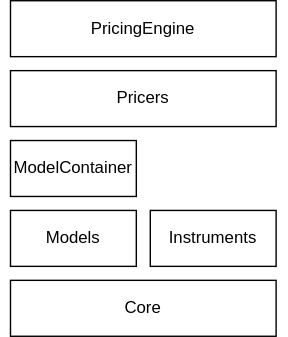
sdauby/credit-pricing keeps this draw.io diagram as svg/components.svg. Above is the earlier version. Source tidied: cells renumbered, new cells last; positions are measured from the earlier drawing's top-left corner, leaving out a move shared by most shapes. Its diagram source:
```xml
<mxGraphModel>
  <root>
    <mxCell id="0" />
    <mxCell id="1" parent="0" />
    <mxCell id="2" value="Core" style="rounded=0;whiteSpace=wrap;html=1;" parent="1" vertex="1">
      <mxGeometry y="200" width="190" height="40" as="geometry" />
    </mxCell>
    <mxCell id="3" value="Instruments" style="rounded=0;whiteSpace=wrap;html=1;" parent="1" vertex="1">
      <mxGeometry x="100" y="150" width="90" height="40" as="geometry" />
    </mxCell>
    <mxCell id="4" value="Models" style="rounded=0;whiteSpace=wrap;html=1;" parent="1" vertex="1">
      <mxGeometry y="150" width="90" height="40" as="geometry" />
    </mxCell>
    <mxCell id="5" value="ModelContainer" style="rounded=0;whiteSpace=wrap;html=1;" parent="1" vertex="1">
      <mxGeometry y="100" width="90" height="40" as="geometry" />
    </mxCell>
    <mxCell id="6" value="Pricers" style="rounded=0;whiteSpace=wrap;html=1;" parent="1" vertex="1">
      <mxGeometry y="50" width="190" height="40" as="geometry" />
    </mxCell>
    <mxCell id="7" value="PricingEngine" style="rounded=0;whiteSpace=wrap;html=1;" parent="1" vertex="1">
      <mxGeometry width="190" height="40" as="geometry" />
    </mxCell>
    <mxCell id="8" style="edgeStyle=none;rounded=0;orthogonalLoop=1;jettySize=auto;html=1;exitX=1;exitY=0.5;exitDx=0;exitDy=0;" parent="1" edge="1" source="2" target="2">
      <mxGeometry relative="1" as="geometry" />
    </mxCell>
    <mxCell id="9" style="edgeStyle=none;rounded=0;orthogonalLoop=1;jettySize=auto;html=1;exitX=1;exitY=0;exitDx=0;exitDy=0;" parent="1" edge="1" source="2" target="2">
      <mxGeometry relative="1" as="geometry" />
    </mxCell>
    <mxCell id="10" style="edgeStyle=none;rounded=0;orthogonalLoop=1;jettySize=auto;html=1;exitX=0;exitY=0.5;exitDx=0;exitDy=0;" parent="1" edge="1" source="2" target="2">
      <mxGeometry relative="1" as="geometry" />
    </mxCell>
    <mxCell id="11" style="edgeStyle=none;rounded=0;orthogonalLoop=1;jettySize=auto;html=1;exitX=1;exitY=0.5;exitDx=0;exitDy=0;" parent="1" edge="1" source="2" target="2">
      <mxGeometry relative="1" as="geometry" />
    </mxCell>
    <mxCell id="12" style="edgeStyle=none;rounded=0;orthogonalLoop=1;jettySize=auto;html=1;exitX=1;exitY=0.5;exitDx=0;exitDy=0;" parent="1" edge="1" source="2" target="2">
      <mxGeometry relative="1" as="geometry" />
    </mxCell>
    <mxCell id="13" style="edgeStyle=none;rounded=0;orthogonalLoop=1;jettySize=auto;html=1;exitX=1;exitY=0.75;exitDx=0;exitDy=0;" parent="1" edge="1" source="2" target="2">
      <mxGeometry relative="1" as="geometry" />
    </mxCell>
  </root>
</mxGraphModel>
```
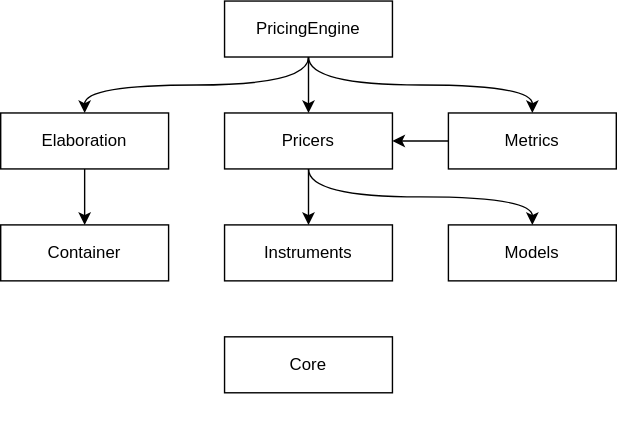
Later version of the same file.

What changed in the source:
```diff
@@ -2,41 +2,86 @@
   <root>
     <mxCell id="0" />
     <mxCell id="1" parent="0" />
-    <mxCell id="2" value="Core" style="rounded=0;whiteSpace=wrap;html=1;" parent="1" vertex="1">
-      <mxGeometry y="200" width="190" height="40" as="geometry" />
-    </mxCell>
     <mxCell id="3" value="Instruments" style="rounded=0;whiteSpace=wrap;html=1;" parent="1" vertex="1">
-      <mxGeometry x="100" y="150" width="90" height="40" as="geometry" />
+      <mxGeometry y="80" width="120" height="40" as="geometry" />
     </mxCell>
     <mxCell id="4" value="Models" style="rounded=0;whiteSpace=wrap;html=1;" parent="1" vertex="1">
-      <mxGeometry y="150" width="90" height="40" as="geometry" />
+      <mxGeometry x="160" y="80" width="120" height="40" as="geometry" />
     </mxCell>
-    <mxCell id="5" value="ModelContainer" style="rounded=0;whiteSpace=wrap;html=1;" parent="1" vertex="1">
-      <mxGeometry y="100" width="90" height="40" as="geometry" />
+    <mxCell id="5" value="Container" style="rounded=0;whiteSpace=wrap;html=1;" parent="1" vertex="1">
+      <mxGeometry x="-160" y="80" width="120" height="40" as="geometry" />
     </mxCell>
-    <mxCell id="6" value="Pricers" style="rounded=0;whiteSpace=wrap;html=1;" parent="1" vertex="1">
-      <mxGeometry y="50" width="190" height="40" as="geometry" />
-    </mxCell>
-    <mxCell id="7" value="PricingEngine" style="rounded=0;whiteSpace=wrap;html=1;" parent="1" vertex="1">
-      <mxGeometry width="190" height="40" as="geometry" />
-    </mxCell>
-    <mxCell id="8" style="edgeStyle=none;rounded=0;orthogonalLoop=1;jettySize=auto;html=1;exitX=1;exitY=0.5;exitDx=0;exitDy=0;" parent="1" edge="1" source="2" target="2">
-      <mxGeometry relative="1" as="geometry" />
+    <mxCell id="8" style="edgeStyle=none;rounded=0;orthogonalLoop=1;jettySize=auto;html=1;exitX=1;exitY=0.5;exitDx=0;exitDy=0;" parent="1" edge="1">
+      <mxGeometry relative="1" as="geometry">
+        <mxPoint x="190" y="220" as="sourcePoint" />
+        <mxPoint x="190" y="220" as="targetPoint" />
+      </mxGeometry>
     </mxCell>
-    <mxCell id="9" style="edgeStyle=none;rounded=0;orthogonalLoop=1;jettySize=auto;html=1;exitX=1;exitY=0;exitDx=0;exitDy=0;" parent="1" edge="1" source="2" target="2">
-      <mxGeometry relative="1" as="geometry" />
+    <mxCell id="9" style="edgeStyle=none;rounded=0;orthogonalLoop=1;jettySize=auto;html=1;exitX=1;exitY=0;exitDx=0;exitDy=0;" parent="1" edge="1">
+      <mxGeometry relative="1" as="geometry">
+        <mxPoint x="190" y="200" as="sourcePoint" />
+        <mxPoint x="190" y="200" as="targetPoint" />
+      </mxGeometry>
     </mxCell>
-    <mxCell id="10" style="edgeStyle=none;rounded=0;orthogonalLoop=1;jettySize=auto;html=1;exitX=0;exitY=0.5;exitDx=0;exitDy=0;" parent="1" edge="1" source="2" target="2">
-      <mxGeometry relative="1" as="geometry" />
+    <mxCell id="10" style="edgeStyle=none;rounded=0;orthogonalLoop=1;jettySize=auto;html=1;exitX=0;exitY=0.5;exitDx=0;exitDy=0;" parent="1" edge="1">
+      <mxGeometry relative="1" as="geometry">
+        <mxPoint y="220" as="sourcePoint" />
+        <mxPoint y="220" as="targetPoint" />
+      </mxGeometry>
     </mxCell>
-    <mxCell id="11" style="edgeStyle=none;rounded=0;orthogonalLoop=1;jettySize=auto;html=1;exitX=1;exitY=0.5;exitDx=0;exitDy=0;" parent="1" edge="1" source="2" target="2">
-      <mxGeometry relative="1" as="geometry" />
+    <mxCell id="11" style="edgeStyle=none;rounded=0;orthogonalLoop=1;jettySize=auto;html=1;exitX=1;exitY=0.5;exitDx=0;exitDy=0;" parent="1" edge="1">
+      <mxGeometry relative="1" as="geometry">
+        <mxPoint x="190" y="220" as="sourcePoint" />
+        <mxPoint x="190" y="220" as="targetPoint" />
+      </mxGeometry>
     </mxCell>
-    <mxCell id="12" style="edgeStyle=none;rounded=0;orthogonalLoop=1;jettySize=auto;html=1;exitX=1;exitY=0.5;exitDx=0;exitDy=0;" parent="1" edge="1" source="2" target="2">
-      <mxGeometry relative="1" as="geometry" />
+    <mxCell id="12" style="edgeStyle=none;rounded=0;orthogonalLoop=1;jettySize=auto;html=1;exitX=1;exitY=0.5;exitDx=0;exitDy=0;" parent="1" edge="1">
+      <mxGeometry relative="1" as="geometry">
+        <mxPoint x="190" y="220" as="sourcePoint" />
+        <mxPoint x="190" y="220" as="targetPoint" />
+      </mxGeometry>
     </mxCell>
-    <mxCell id="13" style="edgeStyle=none;rounded=0;orthogonalLoop=1;jettySize=auto;html=1;exitX=1;exitY=0.75;exitDx=0;exitDy=0;" parent="1" edge="1" source="2" target="2">
-      <mxGeometry relative="1" as="geometry" />
+    <mxCell id="13" style="edgeStyle=none;rounded=0;orthogonalLoop=1;jettySize=auto;html=1;exitX=1;exitY=0.75;exitDx=0;exitDy=0;" parent="1" edge="1">
+      <mxGeometry relative="1" as="geometry">
+        <mxPoint x="190" y="230" as="sourcePoint" />
+        <mxPoint x="190" y="230" as="targetPoint" />
+      </mxGeometry>
     </mxCell>
+    <mxCell id="14" style="edgeStyle=orthogonalEdgeStyle;curved=1;rounded=0;jettySize=auto;html=1;" parent="1" edge="1" source="15" target="5">
+      <mxGeometry relative="1" as="geometry" />
+    </mxCell>
+    <mxCell id="15" value="Elaboration" style="rounded=0;whiteSpace=wrap;html=1;" parent="1" vertex="1">
+      <mxGeometry x="-160" width="120" height="40" as="geometry" />
+    </mxCell>
+    <mxCell id="16" style="edgeStyle=orthogonalEdgeStyle;curved=1;rounded=0;jettySize=auto;html=1;" parent="1" edge="1" source="17" target="6">
+      <mxGeometry relative="1" as="geometry" />
+    </mxCell>
+    <mxCell id="17" value="Metrics" style="rounded=0;whiteSpace=wrap;html=1;" parent="1" vertex="1">
+      <mxGeometry x="160" width="120" height="40" as="geometry" />
+    </mxCell>
+    <mxCell id="18" style="edgeStyle=orthogonalEdgeStyle;curved=1;rounded=0;jettySize=auto;html=1;" parent="1" edge="1" source="6" target="3">
+      <mxGeometry relative="1" as="geometry" />
+    </mxCell>
+    <mxCell id="19" style="edgeStyle=orthogonalEdgeStyle;curved=1;rounded=0;jettySize=auto;html=1;exitX=0.5;exitY=1;exitDx=0;exitDy=0;" parent="1" edge="1" source="6" target="4">
+      <mxGeometry relative="1" as="geometry" />
+    </mxCell>
+    <mxCell id="6" value="Pricers" style="rounded=0;whiteSpace=wrap;html=1;" parent="1" vertex="1">
+      <mxGeometry width="120" height="40" as="geometry" />
+    </mxCell>
+    <mxCell id="20" style="edgeStyle=orthogonalEdgeStyle;rounded=0;jettySize=auto;html=1;entryX=0.5;entryY=0;entryDx=0;entryDy=0;curved=1;exitX=0.5;exitY=1;exitDx=0;exitDy=0;" parent="1" edge="1" source="7" target="17">
+      <mxGeometry relative="1" as="geometry" />
+    </mxCell>
+    <mxCell id="21" style="edgeStyle=orthogonalEdgeStyle;rounded=0;jettySize=auto;html=1;entryX=0.5;entryY=0;entryDx=0;entryDy=0;curved=1;" parent="1" edge="1" source="7" target="6">
+      <mxGeometry relative="1" as="geometry" />
+    </mxCell>
+    <mxCell id="22" style="edgeStyle=orthogonalEdgeStyle;rounded=0;jettySize=auto;html=1;curved=1;exitX=0.5;exitY=1;exitDx=0;exitDy=0;" parent="1" edge="1" source="7" target="15">
+      <mxGeometry relative="1" as="geometry" />
+    </mxCell>
+    <mxCell id="7" value="PricingEngine" style="rounded=0;whiteSpace=wrap;html=1;" parent="1" vertex="1">
+      <mxGeometry y="-80" width="120" height="40" as="geometry" />
+    </mxCell>
+    <mxCell id="2" value="Core" style="rounded=0;whiteSpace=wrap;html=1;" parent="1" vertex="1">
+      <mxGeometry y="160" width="120" height="40" as="geometry" />
+    </mxCell>
   </root>
 </mxGraphModel>
```
